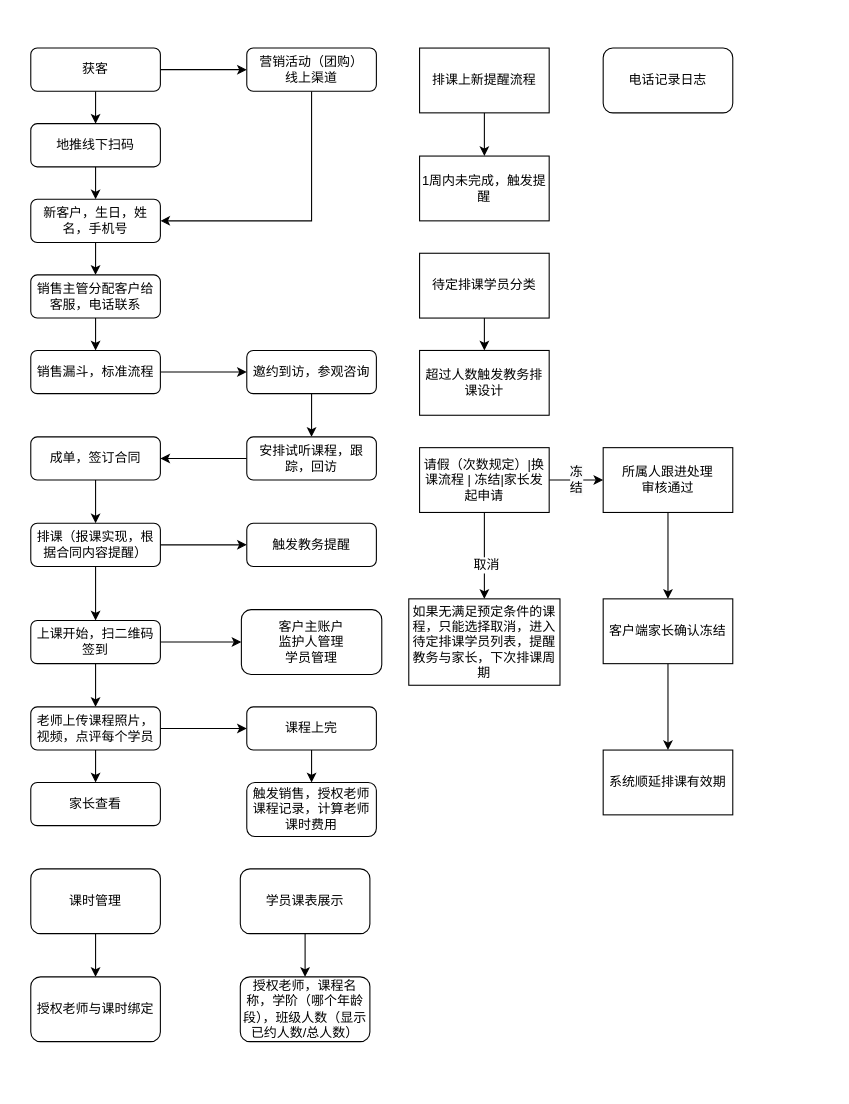
This is 木林_消费者流程.drawio from xiaoxijin/draw, a draw.io file, before an edit. Source tidied: cells renumbered, new cells numbered last; positions are measured from the earlier drawing's top-left corner, leaving out a move shared by most shapes. Both pictures are drawn from the tidied source at 108%, with x=0, y=0 at pixel (30, 48).
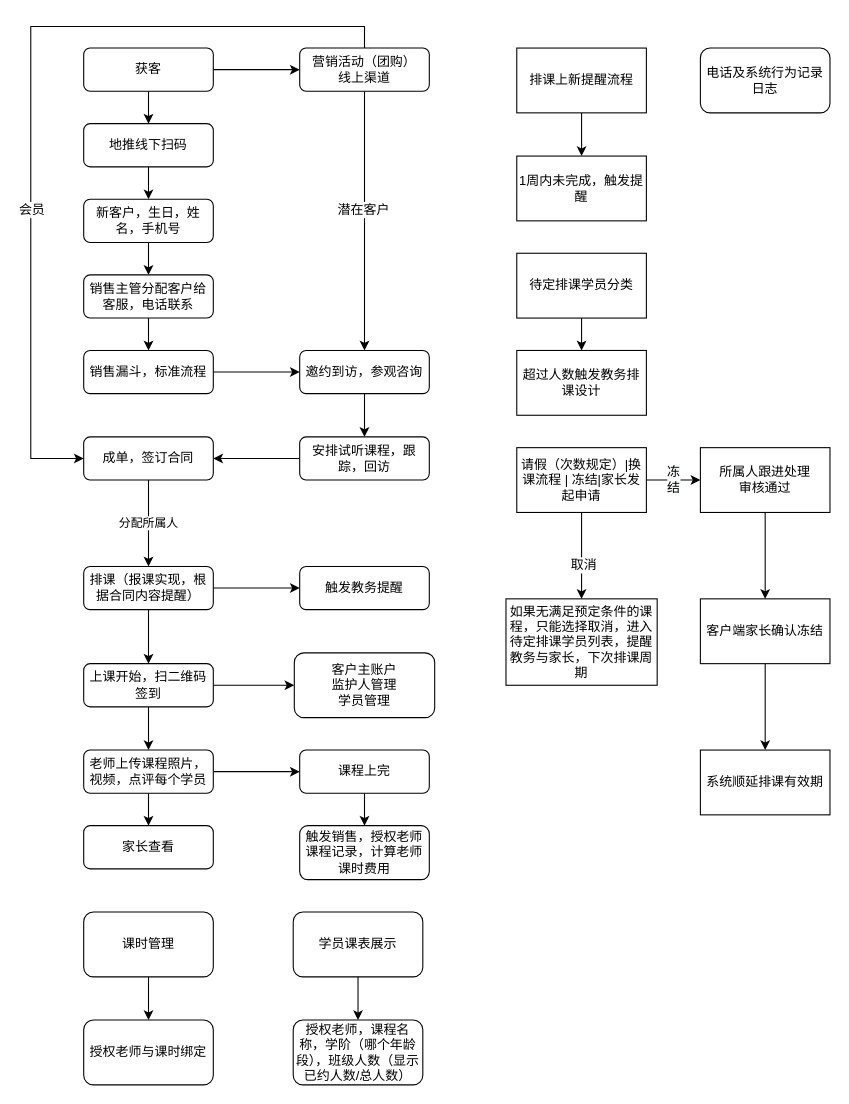
Above is the later version.

Commit message:
Update 木林_消费者流程.drawio

Diff of the diagram source:
```diff
@@
     <mxCell id="4" value="获客" style="rounded=1;whiteSpace=wrap;html=1;fontSize=12;glass=0;strokeWidth=1;shadow=0;" parent="1" vertex="1">
-      <mxGeometry width="120" height="40" as="geometry" />
+      <mxGeometry x="49" width="120" height="40" as="geometry" />
     </mxCell>
-    <mxCell id="5" style="edgeStyle=orthogonalEdgeStyle;rounded=0;jettySize=auto;html=1;entryX=1;entryY=0.5;entryDx=0;entryDy=0;exitX=0.5;exitY=1;exitDx=0;exitDy=0;" parent="1" edge="1" source="6" target="10">
-      <mxGeometry relative="1" as="geometry">
-        <Array as="points">
-          <mxPoint x="260" y="160" />
-        </Array>
-      </mxGeometry>
+    <mxCell id="5" style="edgeStyle=orthogonalEdgeStyle;rounded=0;jettySize=auto;html=1;exitX=0.5;exitY=1;exitDx=0;exitDy=0;" parent="1" edge="1" source="6" target="16">
+      <mxGeometry relative="1" as="geometry" />
     </mxCell>
+    <mxCell id="60" value="潜在客户" style="text;html=1;align=center;verticalAlign=middle;labelBackgroundColor=#ffffff;" parent="5" vertex="1">
+      <mxGeometry x="-0.09" y="-2" relative="1" as="geometry" />
+    </mxCell>
+    <mxCell id="61" style="edgeStyle=orthogonalEdgeStyle;rounded=0;jettySize=auto;html=1;entryX=0;entryY=0.5;entryDx=0;entryDy=0;" parent="1" edge="1" source="6" target="20">
+      <mxGeometry relative="1" as="geometry">
+        <Array as="points">
+          <mxPoint x="309" y="-20" />
+          <mxPoint y="-20" />
+          <mxPoint y="380" />
+        </Array>
+      </mxGeometry>
+    </mxCell>
+    <mxCell id="62" value="会员" style="text;html=1;align=center;verticalAlign=middle;labelBackgroundColor=#ffffff;" parent="61" vertex="1">
+      <mxGeometry x="0.28" relative="1" as="geometry" />
+    </mxCell>
     <mxCell id="6" value="营销活动（团购）&lt;br&gt;线上渠道" style="rounded=1;whiteSpace=wrap;html=1;fontSize=12;glass=0;strokeWidth=1;shadow=0;" parent="1" vertex="1">
-      <mxGeometry x="200" width="120" height="40" as="geometry" />
+      <mxGeometry x="249" width="120" height="40" as="geometry" />
     </mxCell>
@@
     <mxCell id="8" value="地推线下扫码" style="rounded=1;whiteSpace=wrap;html=1;fontSize=12;glass=0;strokeWidth=1;shadow=0;" parent="1" vertex="1">
-      <mxGeometry y="70" width="120" height="40" as="geometry" />
+      <mxGeometry x="49" y="70" width="120" height="40" as="geometry" />
     </mxCell>
@@
     <mxCell id="10" value="新客户，生日，姓名，手机号" style="rounded=1;whiteSpace=wrap;html=1;fontSize=12;glass=0;strokeWidth=1;shadow=0;" parent="1" vertex="1">
-      <mxGeometry y="140" width="120" height="40" as="geometry" />
+      <mxGeometry x="49" y="140" width="120" height="40" as="geometry" />
     </mxCell>
@@
     <mxCell id="12" value="销售主管分配客户给客服，电话联系" style="rounded=1;whiteSpace=wrap;html=1;fontSize=12;glass=0;strokeWidth=1;shadow=0;" parent="1" vertex="1">
-      <mxGeometry y="210" width="120" height="40" as="geometry" />
+      <mxGeometry x="49" y="210" width="120" height="40" as="geometry" />
     </mxCell>
@@
     <mxCell id="14" value="销售漏斗，标准流程" style="rounded=1;whiteSpace=wrap;html=1;fontSize=12;glass=0;strokeWidth=1;shadow=0;" parent="1" vertex="1">
-      <mxGeometry y="280" width="120" height="40" as="geometry" />
+      <mxGeometry x="49" y="280" width="120" height="40" as="geometry" />
     </mxCell>
@@
     <mxCell id="16" value="邀约到访，参观咨询" style="rounded=1;whiteSpace=wrap;html=1;fontSize=12;glass=0;strokeWidth=1;shadow=0;" parent="1" vertex="1">
-      <mxGeometry x="200" y="280" width="120" height="40" as="geometry" />
+      <mxGeometry x="249" y="280" width="120" height="40" as="geometry" />
     </mxCell>
@@
     <mxCell id="18" value="安排试听课程，跟踪，回访" style="rounded=1;whiteSpace=wrap;html=1;fontSize=12;glass=0;strokeWidth=1;shadow=0;" parent="1" vertex="1">
-      <mxGeometry x="200" y="360" width="120" height="40" as="geometry" />
+      <mxGeometry x="249" y="360" width="120" height="40" as="geometry" />
     </mxCell>
-    <mxCell id="19" style="edgeStyle=orthogonalEdgeStyle;rounded=0;jettySize=auto;html=1;" parent="1" edge="1" source="20" target="23">
+    <mxCell id="19" value="分配所属人" style="edgeStyle=orthogonalEdgeStyle;rounded=0;jettySize=auto;html=1;" parent="1" edge="1" source="20" target="23">
       <mxGeometry relative="1" as="geometry" />
     </mxCell>
     <mxCell id="20" value="成单，签订合同" style="rounded=1;whiteSpace=wrap;html=1;fontSize=12;glass=0;strokeWidth=1;shadow=0;" parent="1" vertex="1">
-      <mxGeometry y="360" width="120" height="40" as="geometry" />
+      <mxGeometry x="49" y="360" width="120" height="40" as="geometry" />
     </mxCell>
@@
     <mxCell id="23" value="排课（报课实现，根据合同内容提醒）" style="rounded=1;whiteSpace=wrap;html=1;fontSize=12;glass=0;strokeWidth=1;shadow=0;" parent="1" vertex="1">
-      <mxGeometry y="440" width="120" height="40" as="geometry" />
+      <mxGeometry x="49" y="480" width="120" height="40" as="geometry" />
     </mxCell>
@@
     <mxCell id="26" value="上课开始，扫二维码签到" style="rounded=1;whiteSpace=wrap;html=1;fontSize=12;glass=0;strokeWidth=1;shadow=0;" parent="1" vertex="1">
-      <mxGeometry y="530" width="120" height="40" as="geometry" />
+      <mxGeometry x="49" y="570" width="120" height="40" as="geometry" />
     </mxCell>
@@
     <mxCell id="29" value="老师上传课程照片，视频，点评每个学员" style="rounded=1;whiteSpace=wrap;html=1;fontSize=12;glass=0;strokeWidth=1;shadow=0;" parent="1" vertex="1">
-      <mxGeometry y="610" width="120" height="40" as="geometry" />
+      <mxGeometry x="49" y="650" width="120" height="40" as="geometry" />
     </mxCell>
@@
     <mxCell id="31" value="课程上完" style="rounded=1;whiteSpace=wrap;html=1;fontSize=12;glass=0;strokeWidth=1;shadow=0;" parent="1" vertex="1">
-      <mxGeometry x="200" y="610" width="120" height="40" as="geometry" />
+      <mxGeometry x="249" y="650" width="120" height="40" as="geometry" />
     </mxCell>
     <mxCell id="32" value="触发销售，授权老师课程记录，计算老师课时费用" style="rounded=1;whiteSpace=wrap;html=1;fontSize=12;glass=0;strokeWidth=1;shadow=0;" parent="1" vertex="1">
-      <mxGeometry x="200" y="680" width="120" height="50" as="geometry" />
+      <mxGeometry x="249" y="720" width="120" height="50" as="geometry" />
     </mxCell>
     <mxCell id="33" value="家长查看" style="rounded=1;whiteSpace=wrap;html=1;fontSize=12;glass=0;strokeWidth=1;shadow=0;" parent="1" vertex="1">
-      <mxGeometry y="680" width="120" height="40" as="geometry" />
+      <mxGeometry x="49" y="720" width="120" height="40" as="geometry" />
     </mxCell>
     <mxCell id="34" value="客户主账户&lt;br&gt;监护人管理&lt;br&gt;学员管理" style="rounded=1;whiteSpace=wrap;html=1;fontSize=12;glass=0;strokeWidth=1;shadow=0;" parent="1" vertex="1">
-      <mxGeometry x="195" y="520" width="130" height="60" as="geometry" />
+      <mxGeometry x="244" y="560" width="130" height="60" as="geometry" />
     </mxCell>
     <mxCell id="35" value="触发教务提醒" style="rounded=1;whiteSpace=wrap;html=1;fontSize=12;glass=0;strokeWidth=1;shadow=0;" parent="1" vertex="1">
-      <mxGeometry x="200" y="440" width="120" height="40" as="geometry" />
+      <mxGeometry x="249" y="480" width="120" height="40" as="geometry" />
     </mxCell>
@@
     <mxCell id="37" value="排课上新提醒流程" style="rounded=0;whiteSpace=wrap;html=1;" parent="1" vertex="1">
-      <mxGeometry x="360" width="120" height="60" as="geometry" />
+      <mxGeometry x="450" width="120" height="60" as="geometry" />
     </mxCell>
     <mxCell id="38" value="1周内未完成，触发提醒" style="rounded=0;whiteSpace=wrap;html=1;" parent="1" vertex="1">
-      <mxGeometry x="360" y="100" width="120" height="60" as="geometry" />
+      <mxGeometry x="450" y="100" width="120" height="60" as="geometry" />
     </mxCell>
@@
     <mxCell id="40" value="待定排课学员分类" style="rounded=0;whiteSpace=wrap;html=1;" parent="1" vertex="1">
-      <mxGeometry x="360" y="190" width="120" height="60" as="geometry" />
+      <mxGeometry x="450" y="190" width="120" height="60" as="geometry" />
     </mxCell>
     <mxCell id="41" value="超过人数触发教务排课设计" style="rounded=0;whiteSpace=wrap;html=1;" parent="1" vertex="1">
-      <mxGeometry x="360" y="280" width="120" height="60" as="geometry" />
+      <mxGeometry x="450" y="280" width="120" height="60" as="geometry" />
     </mxCell>
@@
     <mxCell id="45" value="请假（次数规定）|换课流程 | 冻结|家长发起申请" style="rounded=0;whiteSpace=wrap;html=1;" parent="1" vertex="1">
-      <mxGeometry x="360" y="370" width="120" height="60" as="geometry" />
+      <mxGeometry x="450" y="370" width="120" height="60" as="geometry" />
     </mxCell>
@@
     <mxCell id="47" value="所属人跟进处理&lt;br&gt;审核通过" style="rounded=0;whiteSpace=wrap;html=1;" parent="1" vertex="1">
-      <mxGeometry x="530" y="370" width="120" height="60" as="geometry" />
+      <mxGeometry x="620" y="370" width="120" height="60" as="geometry" />
     </mxCell>
@@
     <mxCell id="49" value="客户端家长确认冻结" style="rounded=0;whiteSpace=wrap;html=1;" parent="1" vertex="1">
-      <mxGeometry x="530" y="510" width="120" height="60" as="geometry" />
+      <mxGeometry x="620" y="510" width="120" height="60" as="geometry" />
     </mxCell>
     <mxCell id="50" value="系统顺延排课有效期" style="rounded=0;whiteSpace=wrap;html=1;" parent="1" vertex="1">
-      <mxGeometry x="530" y="650" width="120" height="60" as="geometry" />
+      <mxGeometry x="620" y="650" width="120" height="60" as="geometry" />
     </mxCell>
     <mxCell id="51" value="如果无满足预定条件的课程，只能选择取消，进入待定排课学员列表，提醒教务与家长，下次排课周期" style="rounded=0;whiteSpace=wrap;html=1;" parent="1" vertex="1">
-      <mxGeometry x="350" y="510" width="140" height="80" as="geometry" />
+      <mxGeometry x="440" y="510" width="140" height="80" as="geometry" />
     </mxCell>
@@
     <mxCell id="54" value="课时管理" style="rounded=1;whiteSpace=wrap;html=1;" parent="1" vertex="1">
-      <mxGeometry y="760" width="120" height="60" as="geometry" />
+      <mxGeometry x="49" y="800" width="120" height="60" as="geometry" />
     </mxCell>
     <mxCell id="55" value="授权老师与课时绑定" style="rounded=1;whiteSpace=wrap;html=1;" parent="1" vertex="1">
-      <mxGeometry y="860" width="120" height="60" as="geometry" />
+      <mxGeometry x="49" y="900" width="120" height="60" as="geometry" />
     </mxCell>
@@
     <mxCell id="57" value="学员课表展示" style="rounded=1;whiteSpace=wrap;html=1;" parent="1" vertex="1">
-      <mxGeometry x="194" y="760" width="120" height="60" as="geometry" />
+      <mxGeometry x="243" y="800" width="120" height="60" as="geometry" />
     </mxCell>
     <mxCell id="58" value="授权老师，课程名称，学阶（哪个年龄段），班级人数（显示已约人数/总人数）" style="rounded=1;whiteSpace=wrap;html=1;" parent="1" vertex="1">
-      <mxGeometry x="194" y="860" width="120" height="60" as="geometry" />
+      <mxGeometry x="243" y="900" width="120" height="60" as="geometry" />
     </mxCell>
-    <mxCell id="59" value="电话记录日志" style="rounded=1;whiteSpace=wrap;html=1;" parent="1" vertex="1">
-      <mxGeometry x="530" width="120" height="60" as="geometry" />
+    <mxCell id="59" value="电话及系统行为记录日志" style="rounded=1;whiteSpace=wrap;html=1;" parent="1" vertex="1">
+      <mxGeometry x="620" width="120" height="60" as="geometry" />
     </mxCell>
```
